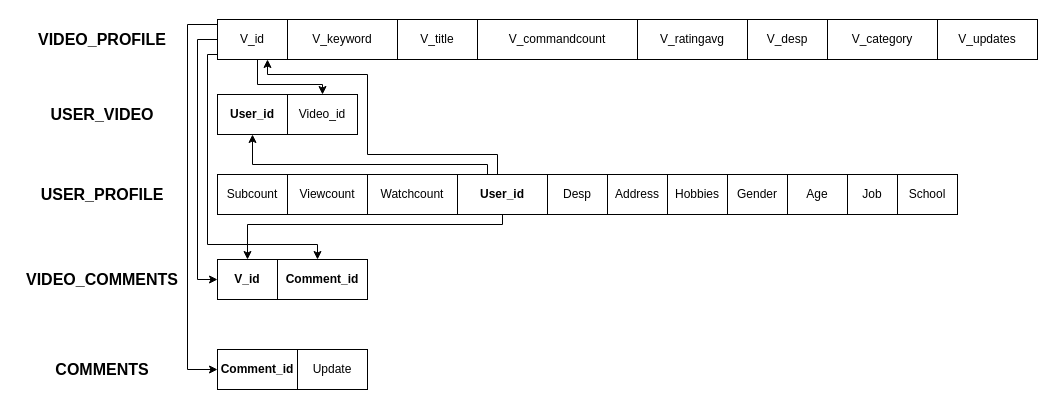
The draw.io diagram Untitled Diagram.drawio in Aman-k346/Aman-k346.github.io, before the edit. Source tidied: cells renumbered, new cells numbered last; positions are measured from the earlier drawing's top-left corner, leaving out a move shared by most shapes. Both pictures are drawn from the tidied source at 100%, with x=0, y=0 at pixel (17, 19).
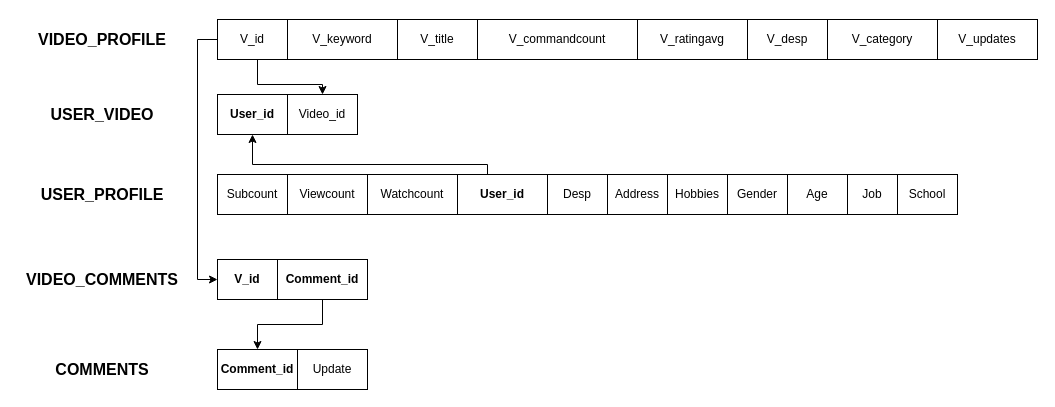
The same diagram, later.

Unchanged cells that the change refers to:
```xml
<mxCell id="7" value="V_id" style="rounded=0;whiteSpace=wrap;html=1;fontStyle=0;fontSize=12;" parent="1" vertex="1">
  <mxGeometry x="200" width="70" height="40" as="geometry" />
</mxCell>
<mxCell id="25" value="User_id" style="rounded=0;whiteSpace=wrap;html=1;fontStyle=1;fontSize=12;" parent="1" vertex="1">
  <mxGeometry x="440" y="155" width="90" height="40" as="geometry" />
</mxCell>
<mxCell id="34" value="V_id" style="rounded=0;whiteSpace=wrap;html=1;fontStyle=1;fontSize=12;" parent="1" vertex="1">
  <mxGeometry x="200" y="240" width="60" height="40" as="geometry" />
</mxCell>
<mxCell id="35" value="Comment_id" style="rounded=0;whiteSpace=wrap;html=1;fontStyle=1;fontSize=12;" parent="1" vertex="1">
  <mxGeometry x="260" y="240" width="90" height="40" as="geometry" />
</mxCell>
<mxCell id="37" value="Comment_id" style="rounded=0;whiteSpace=wrap;html=1;fontStyle=1;fontSize=12;" parent="1" vertex="1">
  <mxGeometry x="200" y="330" width="80" height="40" as="geometry" />
</mxCell>
```

What changed in the source:
```diff
@@
-    <mxCell id="5" style="edgeStyle=orthogonalEdgeStyle;rounded=0;jettySize=auto;html=1;fontSize=12;" parent="1" edge="1" source="7" target="35">
-      <mxGeometry relative="1" as="geometry">
-        <Array as="points">
-          <mxPoint x="190" y="35" />
-          <mxPoint x="190" y="225" />
-          <mxPoint x="300" y="225" />
-        </Array>
-      </mxGeometry>
-    </mxCell>
-    <mxCell id="6" style="edgeStyle=orthogonalEdgeStyle;rounded=0;jettySize=auto;html=1;entryX=0;entryY=0.5;entryDx=0;entryDy=0;fontSize=12;" parent="1" edge="1" source="7" target="37">
-      <mxGeometry relative="1" as="geometry">
-        <Array as="points">
-          <mxPoint x="170" y="5" />
-          <mxPoint x="170" y="350" />
-        </Array>
-      </mxGeometry>
-    </mxCell>
@@
-    <mxCell id="22" style="edgeStyle=orthogonalEdgeStyle;rounded=0;jettySize=auto;html=1;fontSize=12;" parent="1" edge="1" source="25" target="7">
-      <mxGeometry relative="1" as="geometry">
-        <Array as="points">
-          <mxPoint x="480" y="135" />
-          <mxPoint x="350" y="135" />
-          <mxPoint x="350" y="55" />
-          <mxPoint x="250" y="55" />
-        </Array>
-      </mxGeometry>
-    </mxCell>
-    <mxCell id="23" style="edgeStyle=orthogonalEdgeStyle;rounded=0;jettySize=auto;html=1;entryX=0.5;entryY=0;entryDx=0;entryDy=0;fontSize=12;" parent="1" edge="1" source="25" target="34">
-      <mxGeometry relative="1" as="geometry">
-        <Array as="points">
-          <mxPoint x="485" y="205" />
-          <mxPoint x="230" y="205" />
-        </Array>
-      </mxGeometry>
-    </mxCell>
@@
+    <mxCell id="39" style="edgeStyle=orthogonalEdgeStyle;rounded=0;jettySize=auto;html=1;entryX=0.5;entryY=0;entryDx=0;entryDy=0;" parent="1" edge="1" source="35" target="37">
+      <mxGeometry relative="1" as="geometry" />
+    </mxCell>
```
